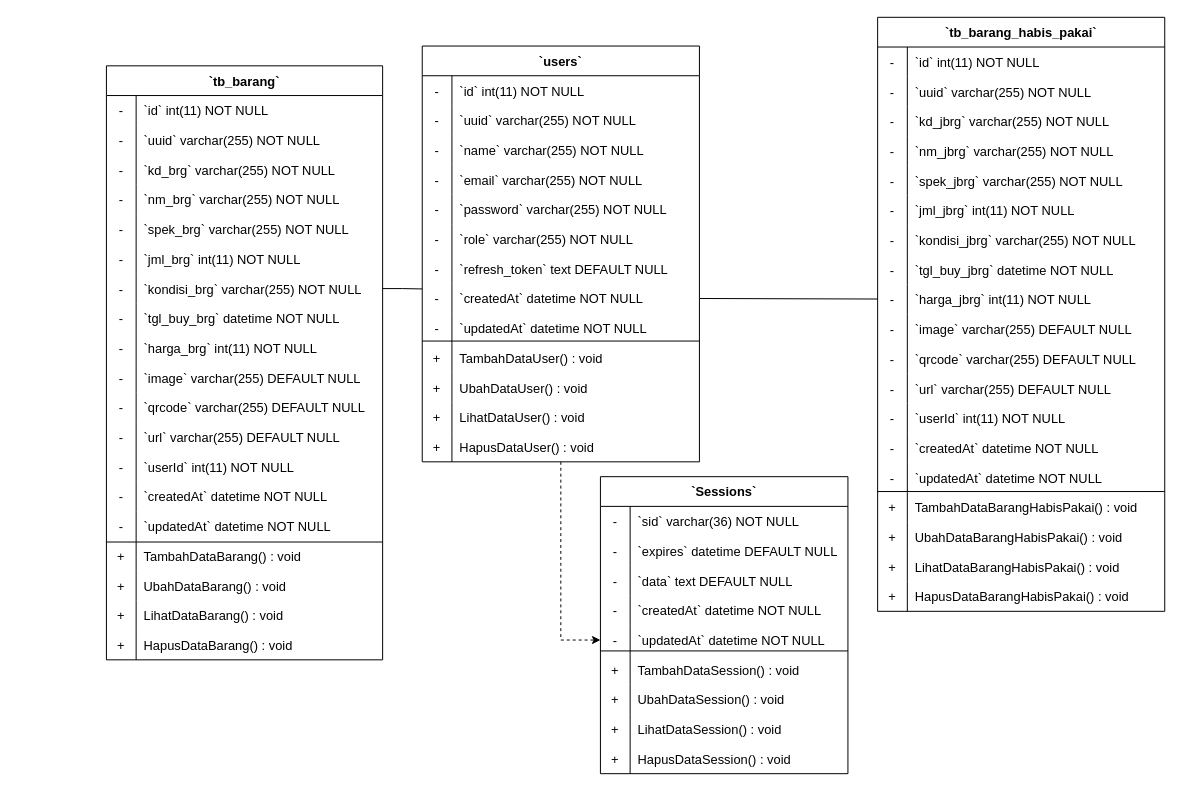
This is Class Diagram.drawio from wahyupambudi/skripsi-skom, a draw.io file, before an edit. Source tidied: cells renumbered, new cells numbered last; positions are measured from the earlier drawing's top-left corner, leaving out a move shared by most shapes. Both pictures are drawn from the tidied source at 99%, with x=0, y=0 at pixel (106, 17).
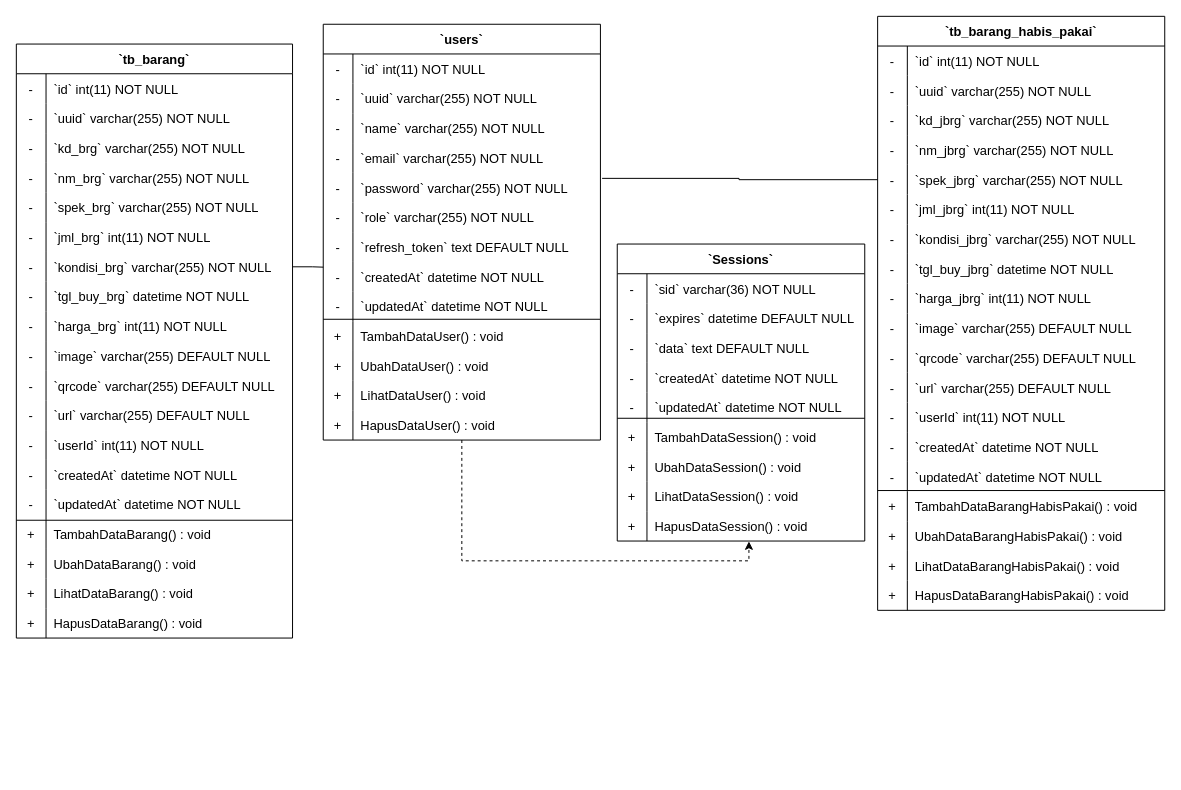
Above is the later version.

Unchanged cells that the change refers to:
```xml
<mxCell id="74" style="shape=tableRow;horizontal=0;startSize=0;swimlaneHead=0;swimlaneBody=0;fillColor=none;points=[[0,0.5],[1,0.5]];portConstraint=eastwest;strokeColor=inherit;top=0;left=0;right=0;bottom=0;fontSize=13;" parent="61" vertex="1">
  <mxGeometry y="150" width="280" height="30" as="geometry" />
</mxCell>
<mxCell id="83" style="shape=tableRow;horizontal=0;startSize=0;swimlaneHead=0;swimlaneBody=0;fillColor=none;points=[[0,0.5],[1,0.5]];portConstraint=eastwest;strokeColor=inherit;top=0;left=0;right=0;bottom=0;fontSize=13;" parent="61" vertex="1">
  <mxGeometry y="240" width="280" height="30" as="geometry" />
</mxCell>
<mxCell id="114" style="shape=tableRow;horizontal=0;startSize=0;swimlaneHead=0;swimlaneBody=0;fillColor=none;points=[[0,0.5],[1,0.5]];portConstraint=eastwest;strokeColor=inherit;top=0;left=0;right=0;bottom=0;fontSize=13;" parent="101" vertex="1">
  <mxGeometry y="150" width="290" height="30" as="geometry" />
</mxCell>
<mxCell id="126" style="shape=tableRow;horizontal=0;startSize=0;swimlaneHead=0;swimlaneBody=0;fillColor=none;points=[[0,0.5],[1,0.5]];portConstraint=eastwest;strokeColor=inherit;top=0;left=0;right=0;bottom=0;fontSize=13;" parent="101" vertex="1">
  <mxGeometry y="270" width="290" height="30" as="geometry" />
</mxCell>
<mxCell id="175" style="shape=tableRow;horizontal=0;startSize=0;swimlaneHead=0;swimlaneBody=0;fillColor=none;points=[[0,0.5],[1,0.5]];portConstraint=eastwest;strokeColor=inherit;top=0;left=0;right=0;bottom=0;fontSize=13;" parent="162" vertex="1">
  <mxGeometry y="150" width="250" height="30" as="geometry" />
</mxCell>
<mxCell id="187" style="shape=tableRow;horizontal=0;startSize=0;swimlaneHead=0;swimlaneBody=0;fillColor=none;points=[[0,0.5],[1,0.5]];portConstraint=eastwest;strokeColor=inherit;top=0;left=0;right=0;bottom=0;fontSize=13;" parent="162" vertex="1">
  <mxGeometry y="270" width="250" height="30" as="geometry" />
</mxCell>
```

What changed in the source:
```diff
@@
     <mxCell id="2" value="`tb_barang`" style="shape=table;startSize=30;childLayout=tableLayout;rowLines=0;fontStyle=1;align=center;fontSize=13;" parent="1" vertex="1">
-      <mxGeometry y="49" width="279" height="600" as="geometry" />
+      <mxGeometry x="-91" y="27" width="279" height="600" as="geometry" />
     </mxCell>
@@
-    <mxCell id="60" style="edgeStyle=orthogonalEdgeStyle;rounded=0;jettySize=auto;html=1;entryX=0;entryY=0.5;entryDx=0;entryDy=0;dashed=1;fontSize=13;" parent="1" edge="1" source="61" target="175">
-      <mxGeometry relative="1" as="geometry" />
-    </mxCell>
+    <mxCell id="193" style="edgeStyle=orthogonalEdgeStyle;rounded=0;jettySize=auto;html=1;entryX=0.532;entryY=1.011;entryDx=0;entryDy=0;entryPerimeter=0;dashed=1;" parent="1" edge="1" source="61" target="187">
+      <mxGeometry relative="1" as="geometry" />
+    </mxCell>
     <mxCell id="61" value="`users`" style="shape=table;startSize=30;childLayout=tableLayout;rowLines=0;fontStyle=1;align=center;fontSize=13;" parent="1" vertex="1">
-      <mxGeometry x="319" y="29" width="280" height="420" as="geometry" />
+      <mxGeometry x="219" y="7" width="280" height="420" as="geometry" />
     </mxCell>
@@
     <mxCell id="101" value="`tb_barang_habis_pakai`" style="shape=table;startSize=30;childLayout=tableLayout;rowLines=0;fontStyle=1;align=center;fontSize=13;" parent="1" vertex="1">
-      <mxGeometry x="779" width="290" height="600" as="geometry" />
+      <mxGeometry x="779" y="-1" width="290" height="600" as="geometry" />
     </mxCell>
@@
     <mxCell id="159" style="line;strokeWidth=1;fillColor=none;align=left;verticalAlign=middle;spacingTop=-1;spacingLeft=3;spacingRight=3;labelPosition=right;strokeColor=inherit;fontSize=13;" parent="1" vertex="1">
-      <mxGeometry x="779" y="475" width="290" height="8" as="geometry" />
+      <mxGeometry x="779" y="474" width="290" height="8" as="geometry" />
     </mxCell>
     <mxCell id="160" style="line;strokeWidth=1;fillColor=none;align=left;verticalAlign=middle;spacingTop=-1;spacingLeft=3;spacingRight=3;labelPosition=right;strokeColor=inherit;fontSize=13;" parent="1" vertex="1">
-      <mxGeometry y="526" width="279" height="8" as="geometry" />
+      <mxGeometry x="-91" y="504" width="279" height="8" as="geometry" />
     </mxCell>
     <mxCell id="161" style="line;strokeWidth=1;fillColor=none;align=left;verticalAlign=middle;spacingTop=-1;spacingLeft=3;spacingRight=3;labelPosition=right;strokeColor=inherit;fontSize=13;" parent="1" vertex="1">
-      <mxGeometry x="319" y="323" width="280" height="8" as="geometry" />
+      <mxGeometry x="219" y="301" width="280" height="8" as="geometry" />
     </mxCell>
     <mxCell id="162" value="`Sessions`" style="shape=table;startSize=30;childLayout=tableLayout;rowLines=0;fontStyle=1;align=center;fontSize=13;" parent="1" vertex="1">
-      <mxGeometry x="499" y="464" width="250" height="300" as="geometry" />
+      <mxGeometry x="516" y="229" width="250" height="300" as="geometry" />
     </mxCell>
@@
     <mxCell id="190" style="line;strokeWidth=1;fillColor=none;align=left;verticalAlign=middle;spacingTop=-1;spacingLeft=3;spacingRight=3;labelPosition=right;strokeColor=inherit;fontSize=13;" parent="1" vertex="1">
-      <mxGeometry x="499" y="636" width="250" height="8" as="geometry" />
+      <mxGeometry x="516" y="401" width="250" height="8" as="geometry" />
     </mxCell>
@@
-    <mxCell id="192" style="rounded=0;jettySize=auto;html=1;endArrow=none;endFill=0;entryX=1;entryY=0.5;entryDx=0;entryDy=0;fontSize=13;" parent="1" edge="1" source="126" target="83">
-      <mxGeometry relative="1" as="geometry" />
-    </mxCell>
+    <mxCell id="194" style="edgeStyle=orthogonalEdgeStyle;rounded=0;jettySize=auto;html=1;entryX=1.006;entryY=0.189;entryDx=0;entryDy=0;entryPerimeter=0;endArrow=none;endFill=0;" parent="1" edge="1" source="114" target="74">
+      <mxGeometry relative="1" as="geometry" />
+    </mxCell>
```
